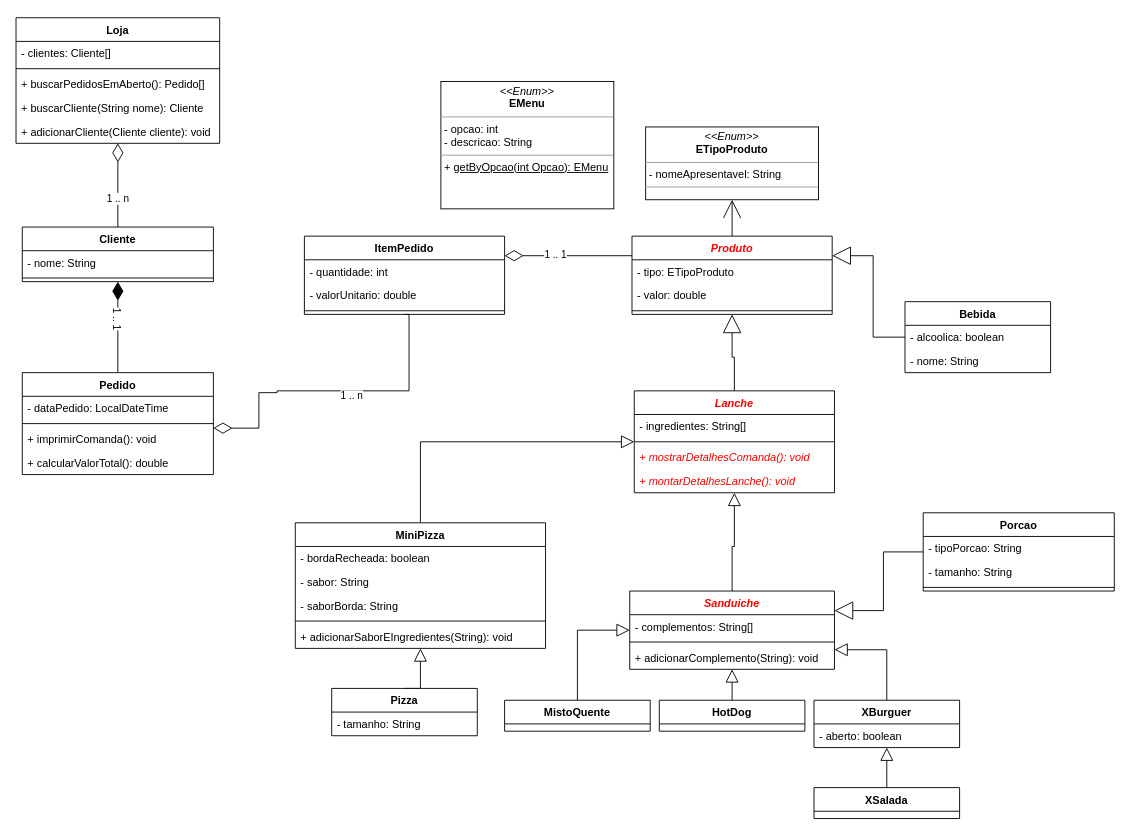
Above: page "Lanches" (1 of 8) of diagramas.drawio in hannaBanannaOF/entra21-git-inicio (draw.io), before the change. Source tidied: cells renumbered, new cells numbered last; positions are measured from the earlier drawing's top-left corner, leaving out a move shared by most shapes. Both pictures are drawn from the tidied source at 91%, with x=0, y=0 at pixel (15, 17).
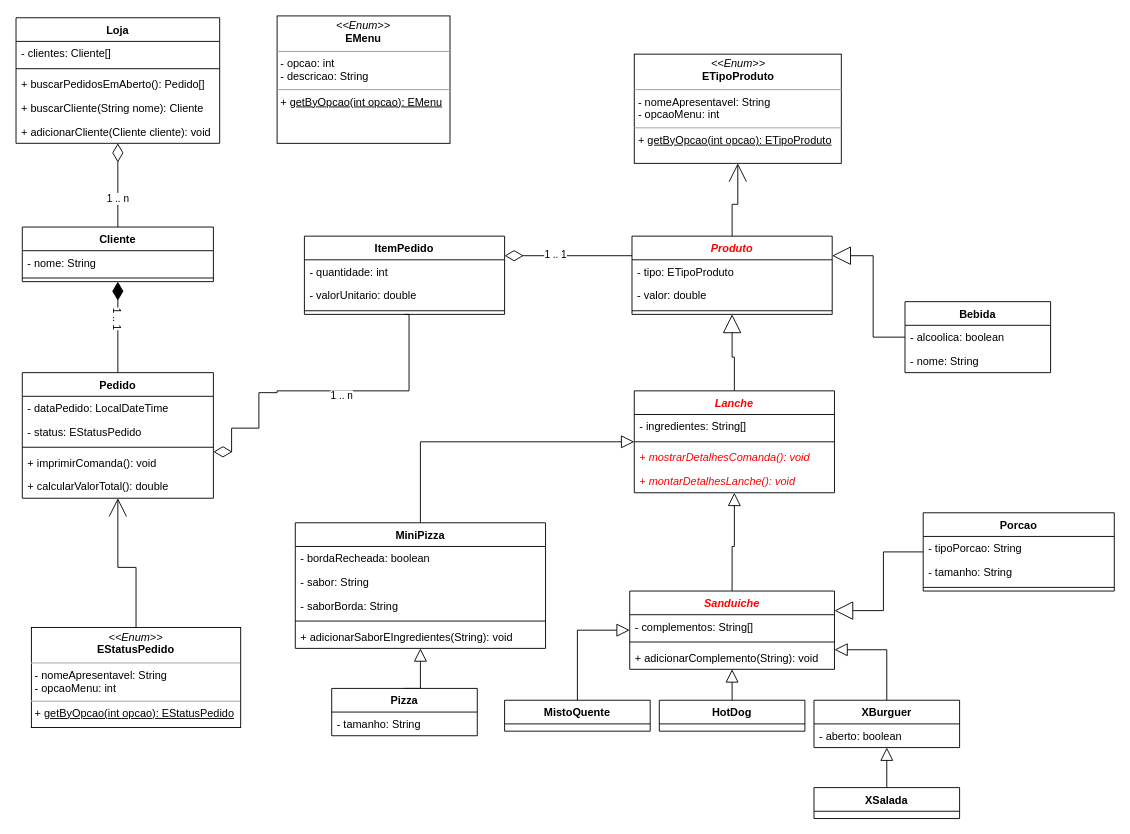
After the change.

Unchanged cells that the change refers to:
```xml
<mxCell id="62" value="ItemPedido" style="swimlane;fontStyle=1;align=center;verticalAlign=top;horizontal=1;startSize=26;fontColor=#000000;" parent="1" vertex="1">
  <mxGeometry x="317" y="240" width="220" height="86" as="geometry" />
</mxCell>
```

Diff of the diagram source:
```diff
@@
     <mxCell id="18" style="edgeStyle=orthogonalEdgeStyle;rounded=0;jettySize=auto;html=1;endArrow=none;endFill=0;endSize=18;startArrow=diamondThin;startFill=0;startSize=18;entryX=0.5;entryY=1;entryDx=0;entryDy=0;exitX=1;exitY=0.038;exitDx=0;exitDy=0;exitPerimeter=0;" parent="1" edge="1" source="23" target="62">
       <mxGeometry relative="1" as="geometry">
         <Array as="points">
+          <mxPoint x="237" y="477" />
+          <mxPoint x="237" y="451" />
           <mxPoint x="267" y="451" />
           <mxPoint x="267" y="412" />
           <mxPoint x="287" y="412" />
           <mxPoint x="287" y="410" />
           <mxPoint x="432" y="410" />
           <mxPoint x="432" y="326" />
         </Array>
       </mxGeometry>
     </mxCell>
@@
     <mxCell id="20" value="Pedido" style="swimlane;fontStyle=1;align=center;verticalAlign=top;horizontal=1;startSize=26;" parent="1" vertex="1">
-      <mxGeometry x="7" y="390" width="210" height="112" as="geometry" />
+      <mxGeometry x="7" y="390" width="210" height="138" as="geometry" />
     </mxCell>
@@
+    <mxCell id="74" value="- status: EStatusPedido" style="text;strokeColor=none;fillColor=none;align=left;verticalAlign=top;spacingLeft=4;spacingRight=4;overflow=hidden;" parent="20" vertex="1">
+      <mxGeometry y="52" width="210" height="26" as="geometry" />
+    </mxCell>
     <mxCell id="22" style="line;strokeWidth=1;fillColor=none;align=left;verticalAlign=middle;spacingTop=-1;spacingLeft=3;spacingRight=3;labelPosition=right;" parent="20" vertex="1">
-      <mxGeometry y="52" width="210" height="8" as="geometry" />
+      <mxGeometry y="78" width="210" height="8" as="geometry" />
     </mxCell>
     <mxCell id="23" value="+ imprimirComanda(): void&#10;" style="text;strokeColor=none;fillColor=none;align=left;verticalAlign=top;spacingLeft=4;spacingRight=4;overflow=hidden;points=[[0,0.5],[1,0.5]];portConstraint=eastwest;" parent="20" vertex="1">
-      <mxGeometry y="60" width="210" height="26" as="geometry" />
+      <mxGeometry y="86" width="210" height="26" as="geometry" />
     </mxCell>
     <mxCell id="24" value="+ calcularValorTotal(): double" style="text;strokeColor=none;fillColor=none;align=left;verticalAlign=top;spacingLeft=4;spacingRight=4;overflow=hidden;" parent="20" vertex="1">
-      <mxGeometry y="86" width="210" height="26" as="geometry" />
+      <mxGeometry y="112" width="210" height="26" as="geometry" />
     </mxCell>
@@
-    <mxCell id="72" value="&lt;p style=&quot;margin:0px;margin-top:4px;text-align:center;&quot;&gt;&lt;i&gt;&amp;lt;&amp;lt;Enum&amp;gt;&amp;gt;&lt;/i&gt;&lt;br&gt;&lt;b&gt;ETipoProduto&lt;/b&gt;&lt;/p&gt;&lt;hr size=&quot;1&quot;&gt;&lt;p style=&quot;margin:0px;margin-left:4px;&quot;&gt;- nomeApresentavel: String&lt;br&gt;&lt;/p&gt;&lt;hr size=&quot;1&quot;&gt;&lt;p style=&quot;margin:0px;margin-left:4px;&quot;&gt;&lt;br&gt;&lt;/p&gt;" style="verticalAlign=top;align=left;overflow=fill;fontSize=12;fontFamily=Helvetica;html=1;" parent="1" vertex="1">
-      <mxGeometry x="692" y="120" width="190" height="80" as="geometry" />
+    <mxCell id="72" value="&lt;p style=&quot;margin:0px;margin-top:4px;text-align:center;&quot;&gt;&lt;i&gt;&amp;lt;&amp;lt;Enum&amp;gt;&amp;gt;&lt;/i&gt;&lt;br&gt;&lt;b&gt;ETipoProduto&lt;/b&gt;&lt;/p&gt;&lt;hr size=&quot;1&quot;&gt;&lt;p style=&quot;margin:0px;margin-left:4px;&quot;&gt;- nomeApresentavel: String&lt;br&gt;&lt;/p&gt;&lt;p style=&quot;margin:0px;margin-left:4px;&quot;&gt;- opcaoMenu: int&lt;/p&gt;&lt;hr size=&quot;1&quot;&gt;&lt;p style=&quot;margin:0px;margin-left:4px;&quot;&gt;+&amp;nbsp;&lt;u&gt;getByOpcao(int opcao): ETipoProduto&lt;/u&gt;&lt;br&gt;&lt;/p&gt;" style="verticalAlign=top;align=left;overflow=fill;fontSize=12;fontFamily=Helvetica;html=1;" parent="1" vertex="1">
+      <mxGeometry x="679.5" y="40" width="227.5" height="120" as="geometry" />
     </mxCell>
-    <mxCell id="73" value="&lt;p style=&quot;margin:0px;margin-top:4px;text-align:center;&quot;&gt;&lt;i&gt;&amp;lt;&amp;lt;Enum&amp;gt;&amp;gt;&lt;/i&gt;&lt;br&gt;&lt;b&gt;EMenu&lt;/b&gt;&lt;/p&gt;&lt;hr size=&quot;1&quot;&gt;&lt;p style=&quot;margin:0px;margin-left:4px;&quot;&gt;- opcao: int&lt;br&gt;- descricao: String&lt;/p&gt;&lt;hr size=&quot;1&quot;&gt;&lt;p style=&quot;margin:0px;margin-left:4px;&quot;&gt;+ &lt;u&gt;getByOpcao(int Opcao): EMenu&lt;/u&gt;&lt;/p&gt;" style="verticalAlign=top;align=left;overflow=fill;fontSize=12;fontFamily=Helvetica;html=1;" parent="1" vertex="1">
-      <mxGeometry x="467" y="70" width="190" height="140" as="geometry" />
+    <mxCell id="73" value="&lt;p style=&quot;margin:0px;margin-top:4px;text-align:center;&quot;&gt;&lt;i&gt;&amp;lt;&amp;lt;Enum&amp;gt;&amp;gt;&lt;/i&gt;&lt;br&gt;&lt;b&gt;EMenu&lt;/b&gt;&lt;/p&gt;&lt;hr size=&quot;1&quot;&gt;&lt;p style=&quot;margin:0px;margin-left:4px;&quot;&gt;- opcao: int&lt;br&gt;- descricao: String&lt;/p&gt;&lt;hr size=&quot;1&quot;&gt;&lt;p style=&quot;margin:0px;margin-left:4px;&quot;&gt;+ &lt;u&gt;getByOpcao(int opcao): EMenu&lt;/u&gt;&lt;/p&gt;" style="verticalAlign=top;align=left;overflow=fill;fontSize=12;fontFamily=Helvetica;html=1;" parent="1" vertex="1">
+      <mxGeometry x="287" y="-2" width="190" height="140" as="geometry" />
     </mxCell>
+    <mxCell id="75" style="edgeStyle=orthogonalEdgeStyle;rounded=0;jettySize=auto;html=1;exitX=0.5;exitY=0;exitDx=0;exitDy=0;endArrow=open;endFill=0;endSize=18;entryX=0.5;entryY=1;entryDx=0;entryDy=0;" parent="1" edge="1" source="76" target="20">
+      <mxGeometry relative="1" as="geometry" />
+    </mxCell>
+    <mxCell id="76" value="&lt;p style=&quot;margin:0px;margin-top:4px;text-align:center;&quot;&gt;&lt;i&gt;&amp;lt;&amp;lt;Enum&amp;gt;&amp;gt;&lt;/i&gt;&lt;br&gt;&lt;b&gt;EStatusPedido&lt;/b&gt;&lt;/p&gt;&lt;hr size=&quot;1&quot;&gt;&lt;p style=&quot;margin:0px;margin-left:4px;&quot;&gt;- nomeApresentavel: String&lt;br&gt;&lt;/p&gt;&lt;p style=&quot;margin:0px;margin-left:4px;&quot;&gt;- opcaoMenu: int&lt;/p&gt;&lt;hr size=&quot;1&quot;&gt;&lt;p style=&quot;margin:0px;margin-left:4px;&quot;&gt;+&amp;nbsp;&lt;u&gt;getByOpcao(int opcao): EStatusPedido&lt;/u&gt;&lt;br&gt;&lt;/p&gt;" style="verticalAlign=top;align=left;overflow=fill;fontSize=12;fontFamily=Helvetica;html=1;" parent="1" vertex="1">
+      <mxGeometry x="17" y="670" width="230" height="110" as="geometry" />
+    </mxCell>
```
